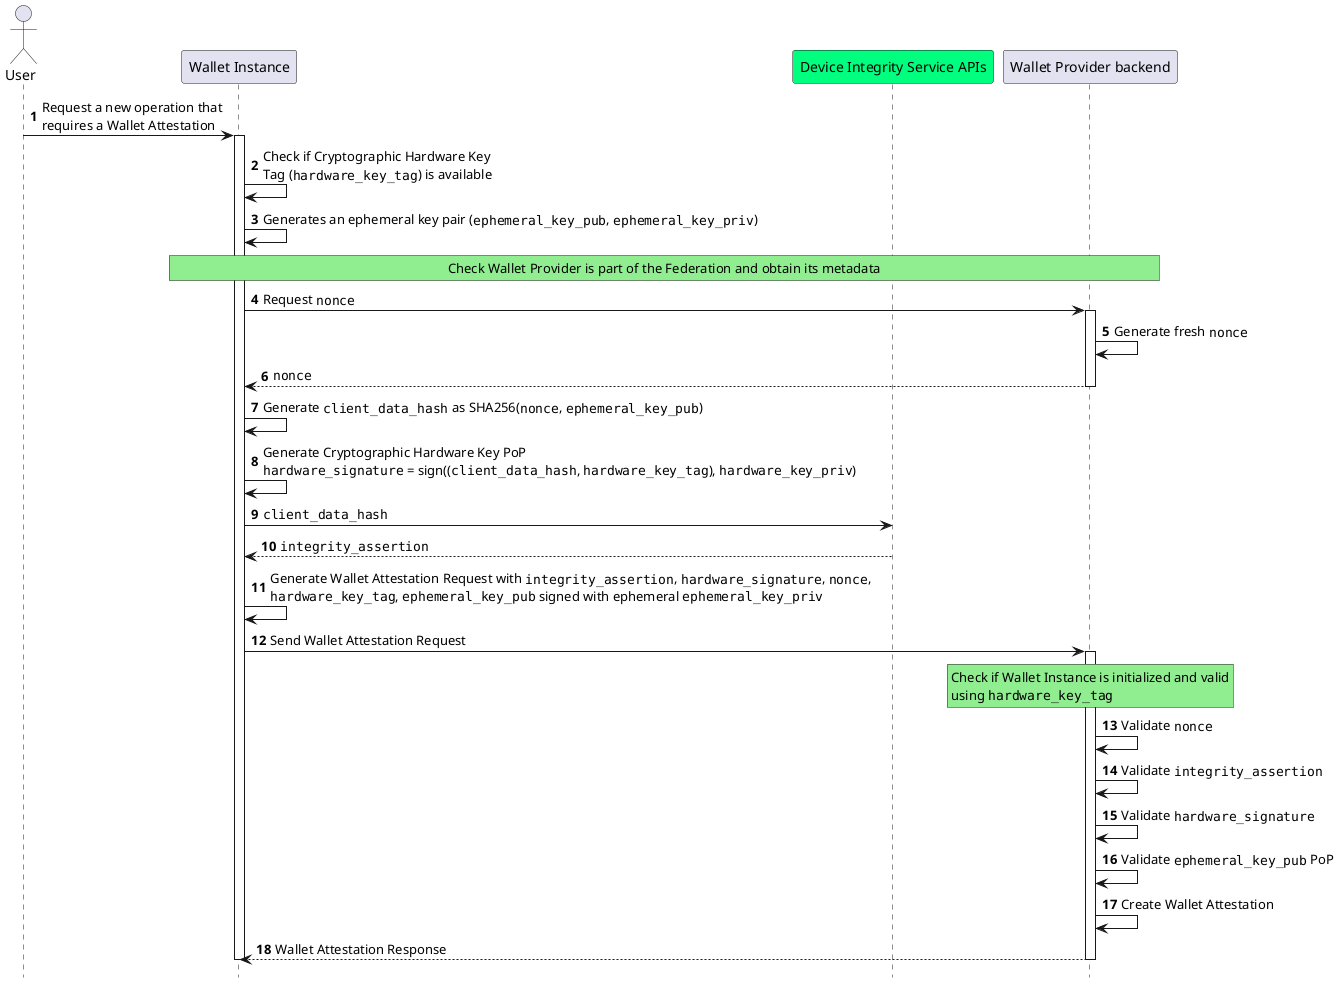
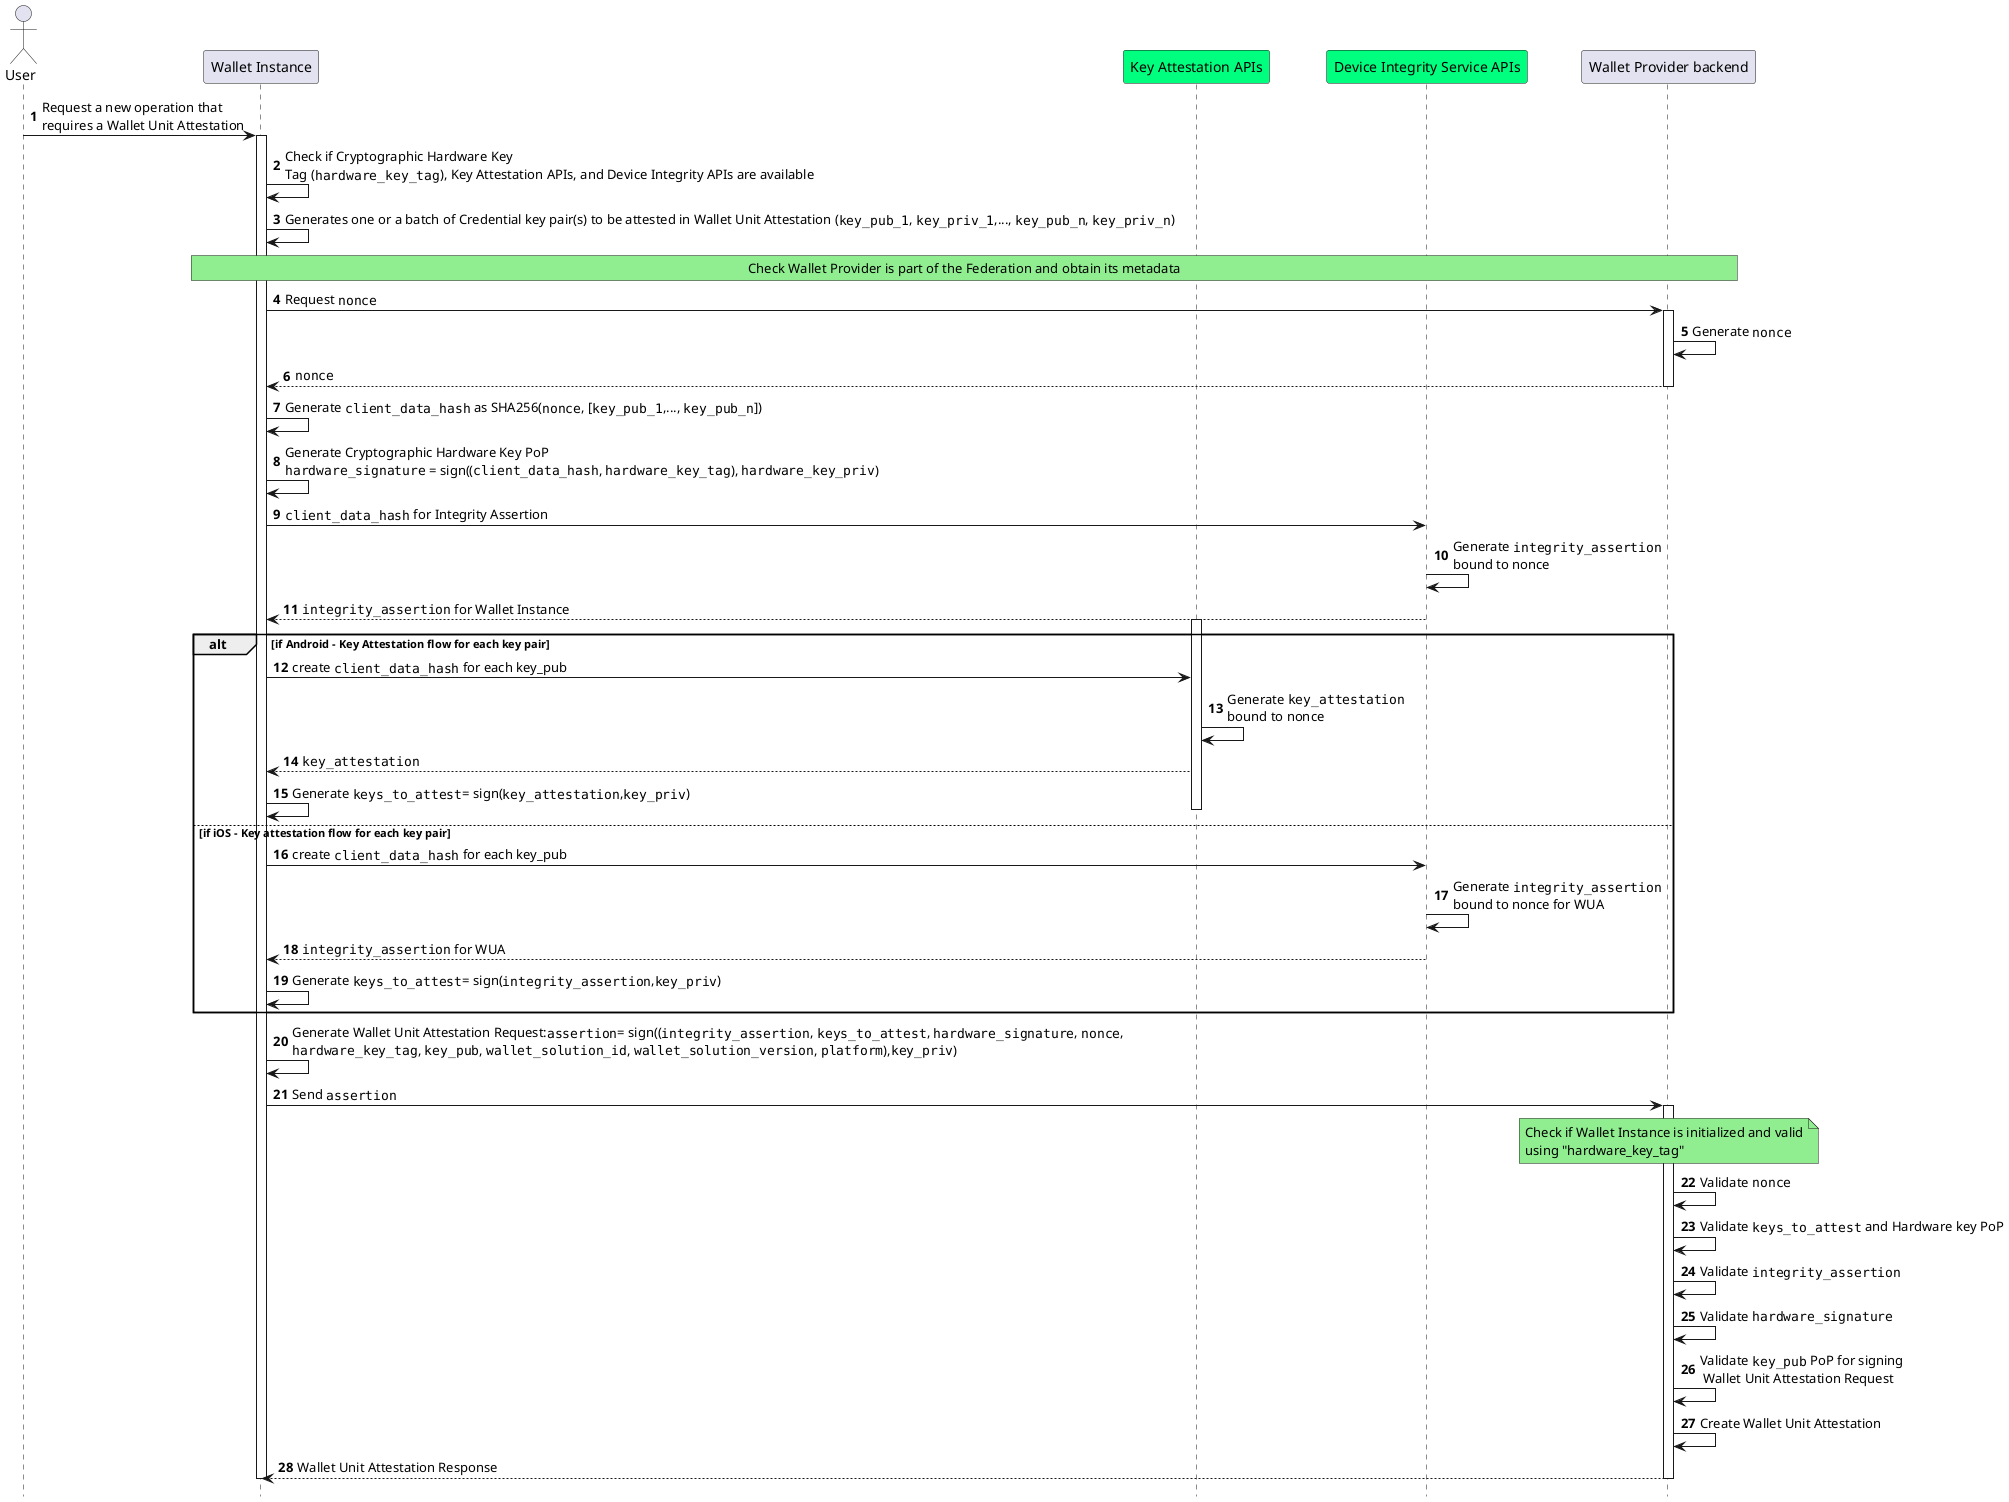
- @startuml Wallet Attestation Issuance
+ @startuml Wallet Unit Attestations Issuance
autonumber
hide footbox
- 'participant

+ 'Participants
actor "User" as user
participant "Wallet Instance" as app
+ participant "Key Attestation APIs" as kats #springgreen
participant "Device Integrity Service APIs" as aats #springgreen
participant "Wallet Provider backend" as bck

- 
- user->app: Request a new operation that\nrequires a Wallet Attestation
+ user->app: Request a new operation that\nrequires a Wallet Unit Attestation
activate app

- app->app: Check if Cryptographic Hardware Key \nTag (""hardware_key_tag"") is available
+ app->app: Check if Cryptographic Hardware Key \nTag (""hardware_key_tag""), Key Attestation APIs, and Device Integrity APIs are available

- 
- app->app: Generates an ephemeral key pair (""ephemeral_key_pub"", ""ephemeral_key_priv"")
+ app->app: Generates one or a batch of Credential key pair(s) to be attested in Wallet Unit Attestation (""key_pub_1"", ""key_priv_1"",..., ""key_pub_n"", ""key_priv_n"")

rnote over app,bck #LIGHTGREEN
Check Wallet Provider is part of the Federation and obtain its metadata
endrnote

- 
app->bck: Request ""nonce""
activate bck

- bck->bck: Generate fresh ""nonce""
+ bck->bck: Generate ""nonce""

bck-->app: ""nonce""
deactivate bck


- app->app: Generate ""client_data_hash"" as SHA256(""nonce"", ""ephemeral_key_pub"")
+ app->app: Generate ""client_data_hash"" as SHA256(""nonce"", [""key_pub_1"",..., ""key_pub_n""])

app->app: Generate Cryptographic Hardware Key PoP\n""hardware_signature"" = sign((""client_data_hash"", ""hardware_key_tag""), ""hardware_key_priv"")

- app->aats: ""client_data_hash""
- aats-->app: ""integrity_assertion""
+ app->aats: ""client_data_hash"" for Integrity Assertion
+ aats->aats: Generate ""integrity_assertion""\nbound to nonce
+ aats-->app: ""integrity_assertion"" for Wallet Instance

- app->app: Generate Wallet Attestation Request with ""integrity_assertion"", ""hardware_signature"", ""nonce"",\n""hardware_key_tag"", ""ephemeral_key_pub"" signed with ephemeral ""ephemeral_key_priv""
- app->bck: Send Wallet Attestation Request
+ alt if Android - Key Attestation flow for each key pair
+ 
+ activate kats
+ 
+ app->kats: create ""client_data_hash"" for each key_pub
+ 
+ kats->kats: Generate ""key_attestation""\nbound to nonce
+ 
+ kats-->app: ""key_attestation""
+ app->app : Generate ""keys_to_attest""= sign(""key_attestation"",""key_priv"")
+ 
+ deactivate kats
+ 
+ else if iOS - Key attestation flow for each key pair
+ 
+ app->aats: create ""client_data_hash"" for each key_pub
+ aats->aats: Generate ""integrity_assertion""\nbound to nonce for WUA
+ aats-->app: ""integrity_assertion"" for WUA
+ app->app : Generate ""keys_to_attest""= sign(""integrity_assertion"",""key_priv"")
+ end
+ 
+ 
+ app->app: Generate Wallet Unit Attestation Request:""assertion""= sign((""integrity_assertion"", ""keys_to_attest"", ""hardware_signature"", ""nonce"",\n""hardware_key_tag"", ""key_pub"", ""wallet_solution_id"", ""wallet_solution_version"", ""platform""),""key_priv"")
+ app->bck: Send ""assertion""
activate bck
- rnote over bck,bck #LIGHTGREEN
+ Note over bck, bck #LIGHTGREEN
Check if Wallet Instance is initialized and valid
- using ""hardware_key_tag""
- endrnote
+ using "hardware_key_tag"
+ End note
+ 
bck->bck: Validate ""nonce""
+ bck->bck: Validate ""keys_to_attest"" and Hardware key PoP
bck->bck: Validate ""integrity_assertion""
bck->bck: Validate ""hardware_signature""
- bck->bck: Validate ""ephemeral_key_pub"" PoP
- bck->bck: Create Wallet Attestation
- bck-->app: Wallet Attestation Response
+ bck->bck: Validate ""key_pub"" PoP for signing\n Wallet Unit Attestation Request
+ bck->bck: Create Wallet Unit Attestation
+ 
+ 
+ bck-->app: Wallet Unit Attestation Response
+ 
deactivate bck
- 
deactivate app
@enduml